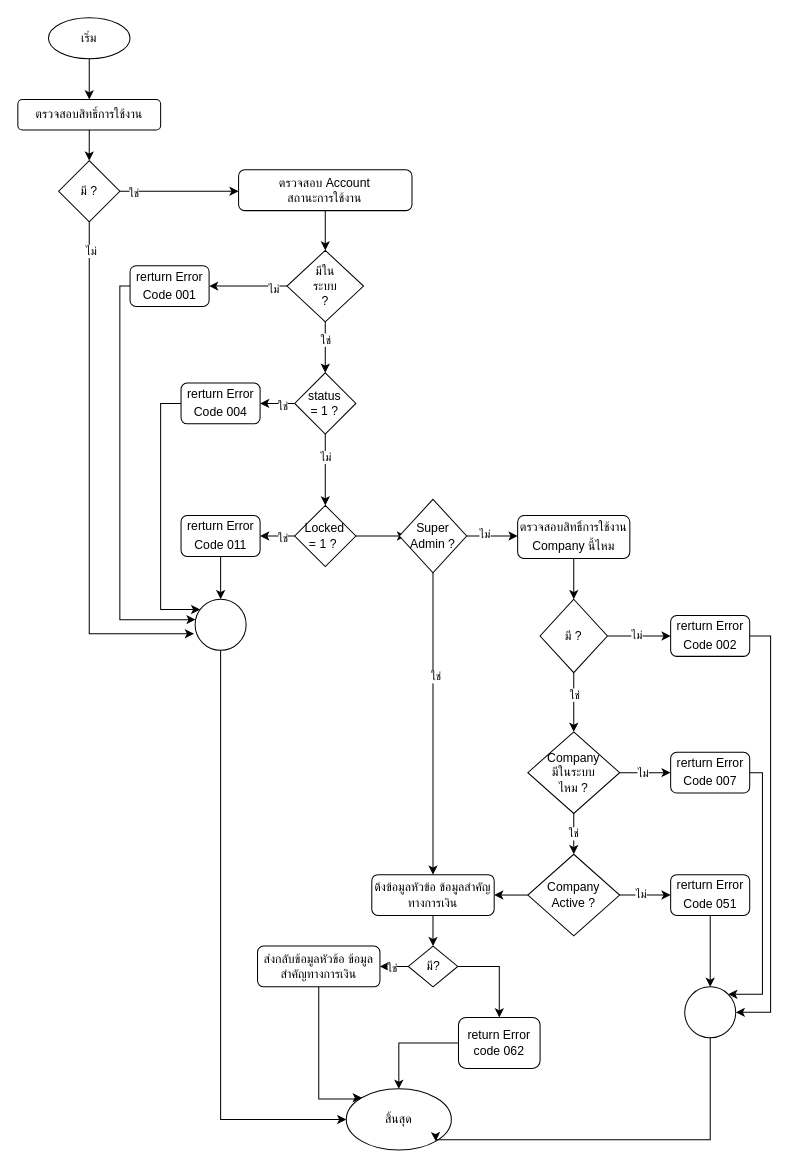
Before: page "หน้า-2" (2 of 4) of FinancialStatements.drawio in charifrodmanee/charifrodmanee, a draw.io diagram. Source tidied: cells renumbered, new cells numbered last; positions are measured from the earlier drawing's top-left corner, leaving out a move shared by most shapes. Both pictures are drawn from the tidied source at 102%, with x=0, y=0 at pixel (17, 17).
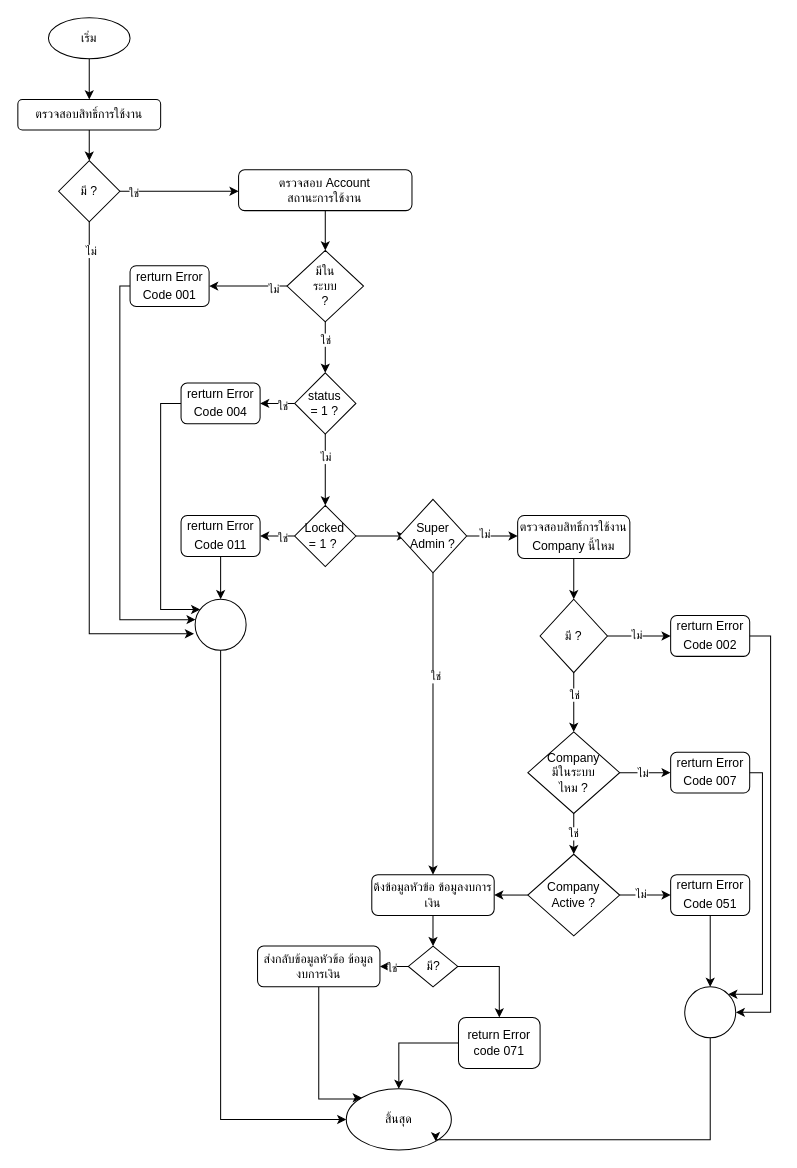
The same page after the edit.

Change to the diagram source:
```diff
@@
-    <mxCell id="55" value="ดึงข้อมูลหัวข้อ ข้อมูลสำคัญทางการเงิน" style="rounded=1;whiteSpace=wrap;html=1;" parent="1" vertex="1">
+    <mxCell id="55" value="ดึงข้อมูลหัวข้อ ข้อมูลงบการเงิน" style="rounded=1;whiteSpace=wrap;html=1;" parent="1" vertex="1">
       <mxGeometry x="347" y="840" width="120" height="40" as="geometry" />
     </mxCell>
@@
-    <mxCell id="67" value="ส่งกลับข้อมูลหัวข้อ ข้อมูลสำคัญทางการเงิน" style="rounded=1;whiteSpace=wrap;html=1;" parent="1" vertex="1">
+    <mxCell id="67" value="ส่งกลับข้อมูลหัวข้อ ข้อมูลงบการเงิน" style="rounded=1;whiteSpace=wrap;html=1;" parent="1" vertex="1">
       <mxGeometry x="235" y="910" width="120" height="40" as="geometry" />
     </mxCell>
@@
-    <mxCell id="73" value="return Error code 062" style="rounded=1;whiteSpace=wrap;html=1;" parent="1" vertex="1">
+    <mxCell id="73" value="return Error code 071" style="rounded=1;whiteSpace=wrap;html=1;" parent="1" vertex="1">
       <mxGeometry x="432" y="980" width="80" height="50" as="geometry" />
     </mxCell>
```
